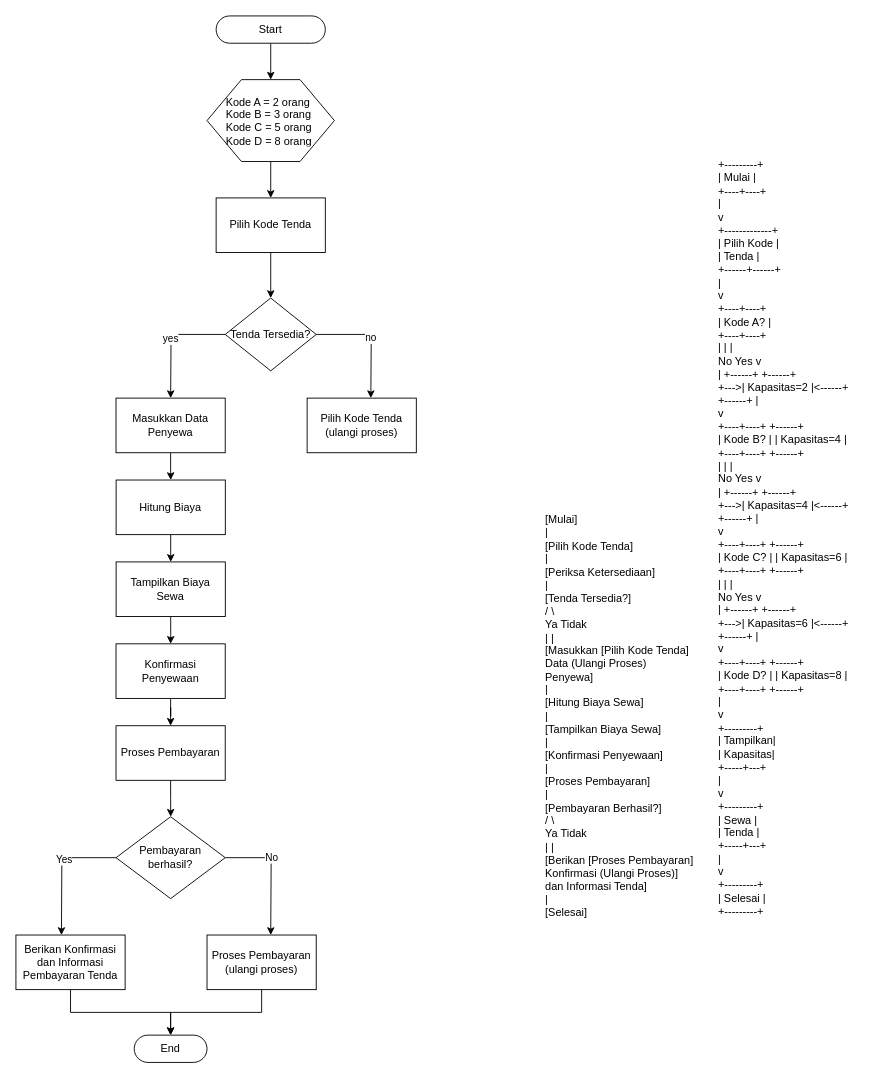
Before: Diagram Tanpa Judul.drawio in muthiakansa/latihan-py, a draw.io diagram. Source tidied: cells renumbered, new cells numbered last; positions are measured from the earlier drawing's top-left corner, leaving out a move shared by most shapes. Both pictures are drawn from the tidied source at 91%, with x=0, y=0 at pixel (15, 15).
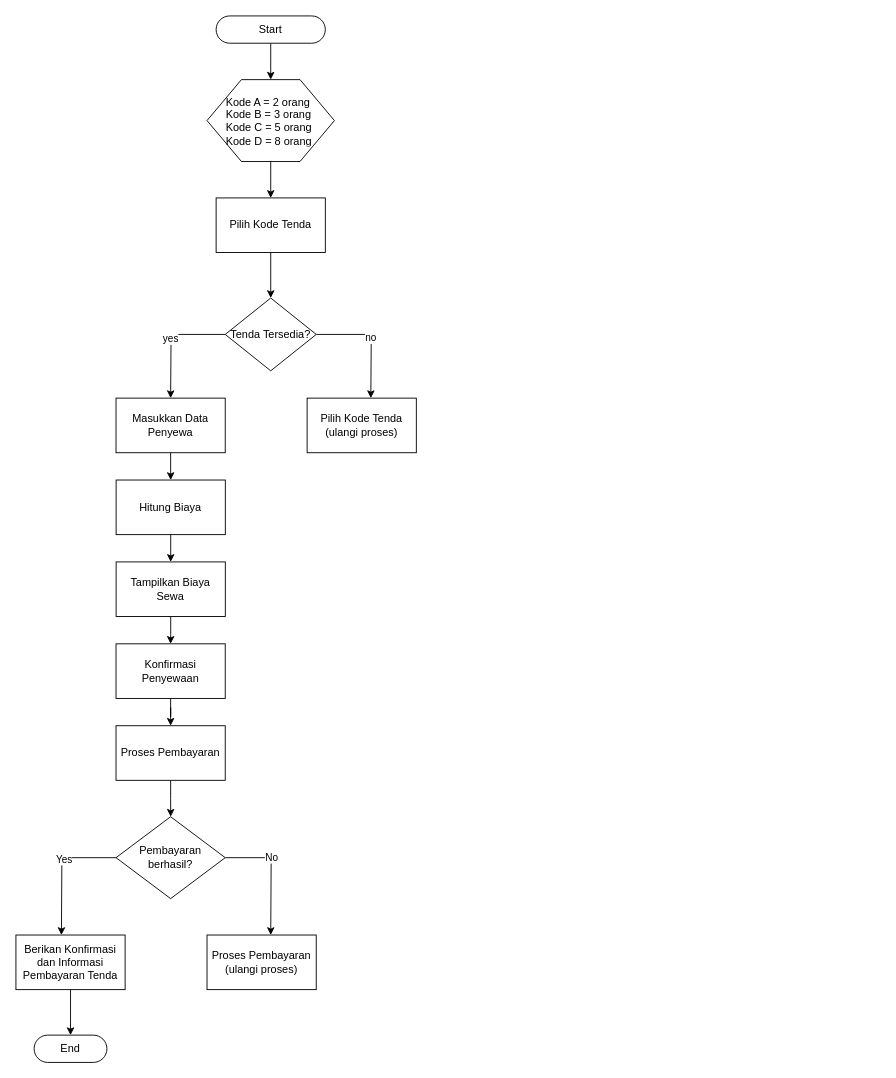
The same diagram, later.

Commit message:
Pemutakhiran Diagram sewa tenda.drawio

The change refers to these unchanged cells:
```xml
<mxCell id="29" value="Proses Pembayaran (ulangi proses)" style="rounded=0;whiteSpace=wrap;html=1;" parent="1" vertex="1">
  <mxGeometry x="210" y="1010" width="120" height="60" as="geometry" />
</mxCell>
```

What changed in the source:
```diff
@@
-    <mxCell id="5" value="+---------+&#10;     |  Mulai  |&#10;     +----+----+&#10;          |&#10;          v&#10;   +-------------+&#10;   | Pilih Kode  |&#10;   |    Tenda    |&#10;   +------+------+&#10;          |&#10;          v&#10;     +----+----+&#10;     | Kode A?  |&#10;     +----+----+&#10;     |    |    |&#10;    No   Yes   v&#10;    |    +------+       +------+&#10;    +---&amp;gt;| Kapasitas=2 |&amp;lt;------+&#10;         +------+      |&#10;                        v&#10;     +----+----+       +------+&#10;     | Kode B?  |      | Kapasitas=4 |&#10;     +----+----+      +------+&#10;     |    |    |&#10;    No   Yes   v&#10;    |    +------+       +------+&#10;    +---&amp;gt;| Kapasitas=4 |&amp;lt;------+&#10;         +------+      |&#10;                        v&#10;     +----+----+       +------+&#10;     | Kode C?  |      | Kapasitas=6 |&#10;     +----+----+      +------+&#10;     |    |    |&#10;    No   Yes   v&#10;    |    +------+       +------+&#10;    +---&amp;gt;| Kapasitas=6 |&amp;lt;------+&#10;         +------+      |&#10;                        v&#10;     +----+----+       +------+&#10;     | Kode D?  |      | Kapasitas=8 |&#10;     +----+----+      +------+&#10;         |&#10;         v&#10;     +---------+&#10;     | Tampilkan|&#10;     | Kapasitas|&#10;     +-----+---+&#10;          |&#10;          v&#10;     +---------+&#10;     |  Sewa   |&#10;     |  Tenda  |&#10;     +-----+---+&#10;          |&#10;          v&#10;     +---------+&#10;     | Selesai |&#10;     +---------+" style="text;whiteSpace=wrap;html=1;" parent="1" vertex="1">
-      <mxGeometry x="770" y="150" width="180" height="860" as="geometry" />
-    </mxCell>
@@
-    <mxCell id="7" value="[Mulai] &#10;      | &#10;   [Pilih Kode Tenda] &#10;      | &#10;   [Periksa Ketersediaan] &#10;      | &#10; [Tenda Tersedia?] &#10;   /    \ &#10;  Ya     Tidak &#10;  |        | &#10;[Masukkan   [Pilih Kode Tenda] &#10; Data       (Ulangi Proses) &#10; Penyewa] &#10;  | &#10;[Hitung Biaya Sewa] &#10;  | &#10;[Tampilkan Biaya Sewa] &#10;  | &#10;[Konfirmasi Penyewaan] &#10;  | &#10;[Proses Pembayaran] &#10;  | &#10;[Pembayaran Berhasil?] &#10;  /    \ &#10; Ya     Tidak &#10;  |        | &#10;[Berikan    [Proses Pembayaran] &#10;Konfirmasi  (Ulangi Proses)] &#10;dan Informasi Tenda] &#10;  | &#10;[Selesai]" style="text;whiteSpace=wrap;html=1;" parent="1" vertex="1">
-      <mxGeometry x="580" y="540" width="200" height="470" as="geometry" />
-    </mxCell>
@@
     <mxCell id="34" value="End" style="html=1;dashed=0;whiteSpace=wrap;shape=mxgraph.dfd.start;" parent="1" vertex="1">
-      <mxGeometry x="130" y="1120" width="80" height="30" as="geometry" />
+      <mxGeometry x="20" y="1120" width="80" height="30" as="geometry" />
     </mxCell>
-    <mxCell id="35" style="edgeStyle=orthogonalEdgeStyle;rounded=0;jettySize=auto;html=1;exitX=0.5;exitY=1;exitDx=0;exitDy=0;entryX=0.5;entryY=0.5;entryDx=0;entryDy=-15;entryPerimeter=0;" parent="1" edge="1" source="29" target="34">
-      <mxGeometry relative="1" as="geometry" />
-    </mxCell>
```
